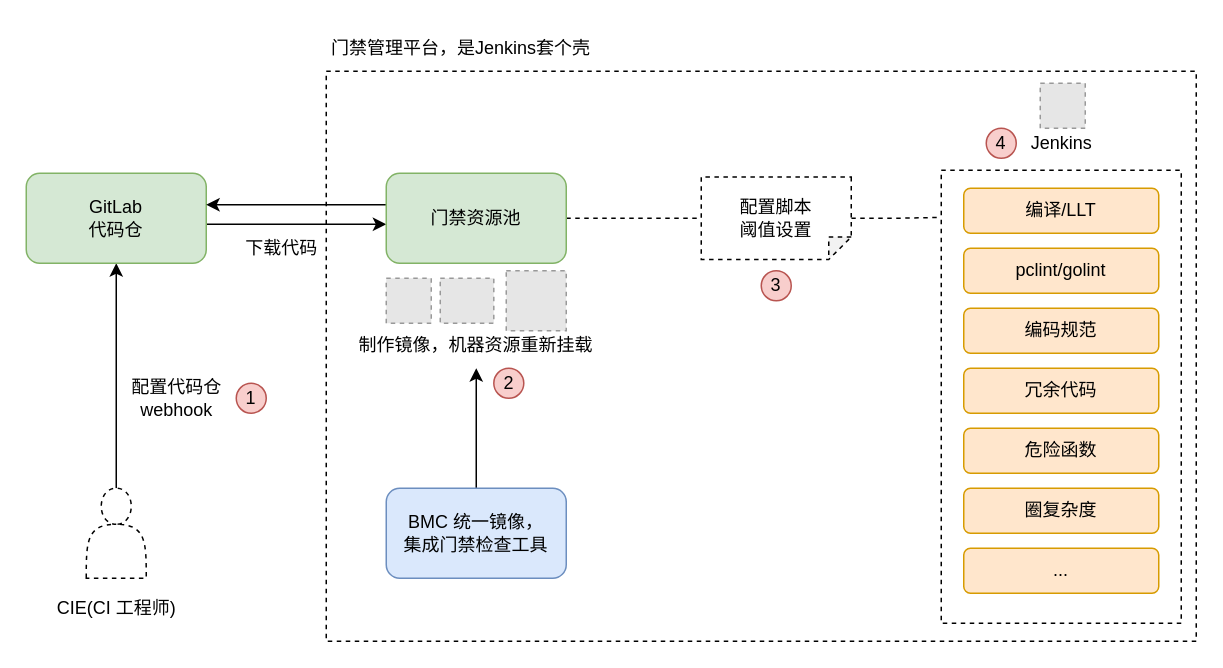
zhanyeye/diagrams keeps this draw.io diagram as door-control.drawio. Above is the earlier version. Source tidied: cells renumbered, new cells numbered last; positions are measured from the earlier drawing's top-left corner, leaving out a move shared by most shapes. Both pictures are drawn from the tidied source at 150%, with x=0, y=0 at pixel (26, 26). Pictures stored in the file or linked from it are replaced by grey dashed boxes.
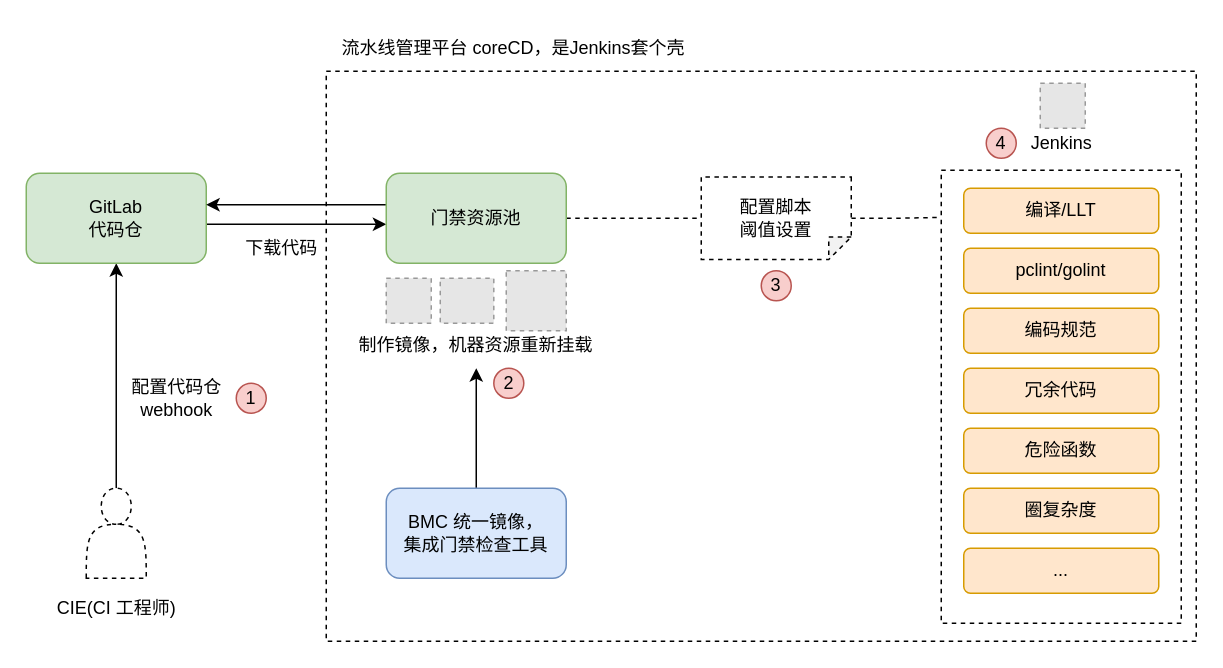
After the change.

The edit, as a diff of the source:
```diff
@@
-    <mxCell id="36" value="门禁管理平台，是Jenkins套个壳" style="text;html=1;strokeColor=none;fillColor=none;align=center;verticalAlign=middle;whiteSpace=wrap;rounded=0;" parent="1" vertex="1">
-      <mxGeometry x="200" width="180" height="30" as="geometry" />
+    <mxCell id="36" value="流水线管理平台 coreCD，是Jenkins套个壳" style="text;html=1;strokeColor=none;fillColor=none;align=center;verticalAlign=middle;whiteSpace=wrap;rounded=0;" parent="1" vertex="1">
+      <mxGeometry x="200" width="250" height="30" as="geometry" />
     </mxCell>
```
